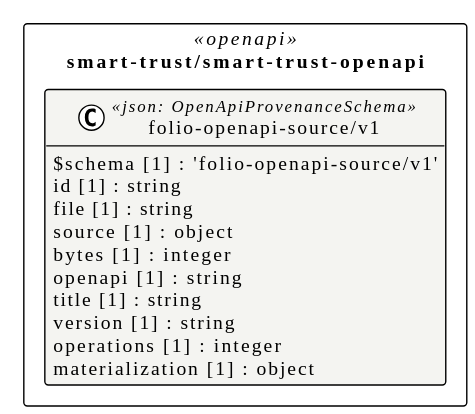
The PlantUML diagram assets/img/uml/overview/smart-trust/smart-trust-openapi.svg in litlfred/smart-trust, before a commit. Source of this version:
```plantuml
@startuml
!pragma layout elk
!theme plain
skinparam classAttributeIconSize 0
skinparam shadowing false
skinparam packageStyle rectangle
hide empty methods

package "smart-trust/smart-trust-openapi" as pkg_smart_trust_smart_trust_openapi <<openapi>> {
  class "folio-openapi-source/v1" as smart_trust_smart_trust_openapi_folio_openapi_source_v1_folio_openapi_source_v1 <<json: OpenApiProvenanceSchema>> #f4f4f1 {
    $schema [1] : 'folio-openapi-source/v1'
    id [1] : string
    file [1] : string
    source [1] : object
    bytes [1] : integer
    openapi [1] : string
    title [1] : string
    version [1] : string
    operations [1] : integer
    materialization [1] : object
  }
}
@enduml
```
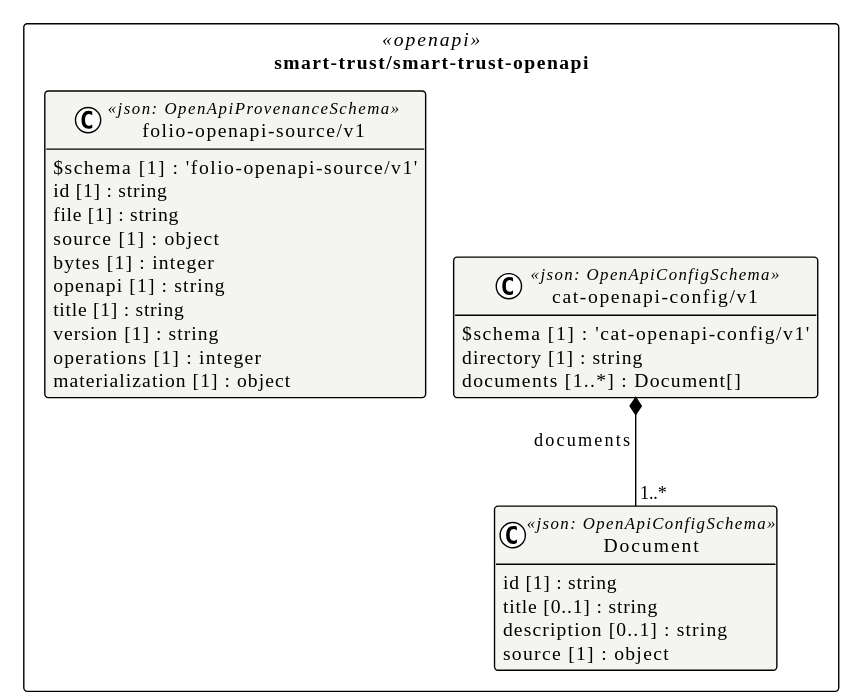
After the commit.

Diff of the diagram source:
```diff
@@ -19,5 +19,18 @@
     operations [1] : integer
     materialization [1] : object
   }
+  class "Document" as smart_trust_smart_trust_openapi_cat_openapi_config_v1_Document <<json: OpenApiConfigSchema>> #f4f4f1 {
+    id [1] : string
+    title [0..1] : string
+    description [0..1] : string
+    source [1] : object
+  }
+  class "cat-openapi-config/v1" as smart_trust_smart_trust_openapi_cat_openapi_config_v1_cat_openapi_config_v1 <<json: OpenApiConfigSchema>> #f4f4f1 {
+    $schema [1] : 'cat-openapi-config/v1'
+    directory [1] : string
+    documents [1..*] : Document[]
+  }
 }
+
+smart_trust_smart_trust_openapi_cat_openapi_config_v1_cat_openapi_config_v1 *-- "1..*" smart_trust_smart_trust_openapi_cat_openapi_config_v1_Document : documents
 @enduml
```
